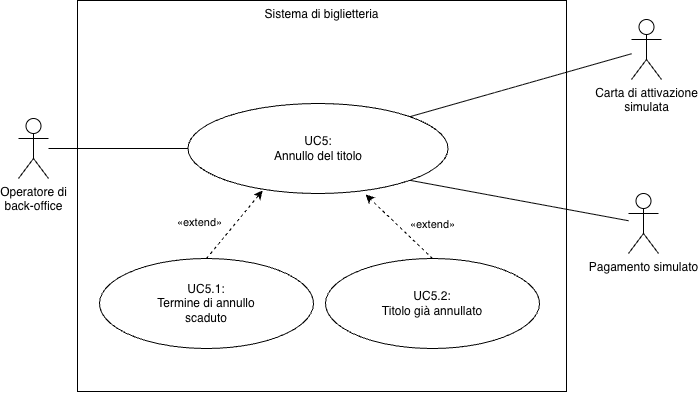
The draw.io diagram img/diagrams/uc-5.png in Leddosja/thesis-EdisHodja, before a commit. Source tidied: cells renumbered, new cells last; positions are measured from the earlier drawing's top-left corner, leaving out a move shared by most shapes.
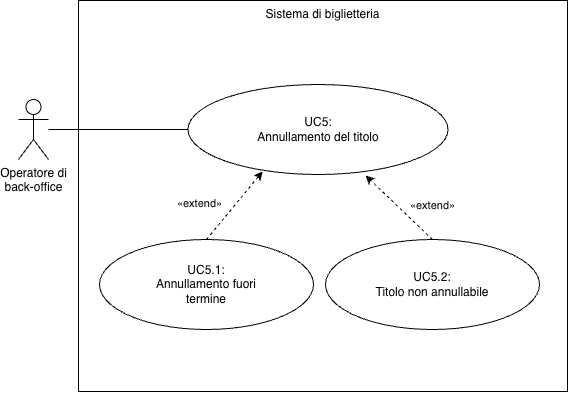
Later version of the same file.

The edit, as a diff of the source:
```diff
@@ -3,9 +3,9 @@
     <mxCell id="0" />
     <mxCell id="1" parent="0" />
     <mxCell id="2" value="Sistema di biglietteria" style="rounded=0;whiteSpace=wrap;html=1;fillColor=default;verticalAlign=top;" parent="1" vertex="1">
-      <mxGeometry x="59" width="489" height="391" as="geometry" />
+      <mxGeometry x="60" y="19" width="489" height="391" as="geometry" />
     </mxCell>
-    <mxCell id="3" value="UC5:&lt;br&gt;Annullo del titolo" style="ellipse;whiteSpace=wrap;html=1;rounded=0;strokeColor=default;align=center;verticalAlign=middle;fontFamily=Helvetica;fontSize=12;fontColor=default;fillColor=default;" parent="1" vertex="1">
+    <mxCell id="3" value="UC5:&lt;br&gt;Annullamento del titolo" style="ellipse;whiteSpace=wrap;html=1;rounded=0;strokeColor=default;align=center;verticalAlign=middle;fontFamily=Helvetica;fontSize=12;fontColor=default;fillColor=default;" parent="1" vertex="1">
       <mxGeometry x="169.5" y="103" width="260" height="90" as="geometry" />
     </mxCell>
     <mxCell id="4" style="edgeStyle=none;html=1;entryX=0;entryY=0.5;entryDx=0;entryDy=0;endArrow=none;endFill=0;" parent="1" edge="1" source="5" target="3">
@@ -14,22 +14,10 @@
     <mxCell id="5" value="Operatore di&lt;br&gt;back-office" style="shape=umlActor;verticalLabelPosition=bottom;verticalAlign=top;html=1;rounded=0;strokeColor=default;align=center;fontFamily=Helvetica;fontSize=12;fontColor=default;fillColor=default;" parent="1" vertex="1">
       <mxGeometry y="118" width="30" height="60" as="geometry" />
     </mxCell>
-    <mxCell id="6" style="edgeStyle=none;html=1;entryX=1;entryY=0;entryDx=0;entryDy=0;endArrow=none;endFill=0;verticalAlign=middle;" parent="1" edge="1" source="7" target="3">
-      <mxGeometry relative="1" as="geometry" />
-    </mxCell>
-    <mxCell id="7" value="Carta di attivazione&lt;br&gt;simulata" style="shape=umlActor;verticalLabelPosition=bottom;verticalAlign=top;html=1;rounded=0;strokeColor=default;align=center;fontFamily=Helvetica;fontSize=12;fontColor=default;fillColor=default;" parent="1" vertex="1">
-      <mxGeometry x="613" y="19" width="30" height="60" as="geometry" />
-    </mxCell>
-    <mxCell id="8" style="edgeStyle=none;html=1;entryX=1;entryY=1;entryDx=0;entryDy=0;endArrow=none;endFill=0;" parent="1" edge="1" source="9" target="3">
-      <mxGeometry relative="1" as="geometry" />
-    </mxCell>
-    <mxCell id="9" value="Pagamento simulato" style="shape=umlActor;verticalLabelPosition=bottom;verticalAlign=top;html=1;rounded=0;strokeColor=default;align=center;fontFamily=Helvetica;fontSize=12;fontColor=default;fillColor=default;" parent="1" vertex="1">
-      <mxGeometry x="610" y="193" width="30" height="60" as="geometry" />
-    </mxCell>
-    <mxCell id="10" value="UC5.1:&lt;div&gt;Termine di annullo&lt;br&gt;scaduto&lt;/div&gt;" style="ellipse;whiteSpace=wrap;html=1;rounded=0;strokeColor=default;align=center;verticalAlign=middle;fontFamily=Helvetica;fontSize=12;fontColor=default;fillColor=default;" parent="1" vertex="1">
+    <mxCell id="10" value="UC5.1:&lt;br&gt;Annullamento fuori&lt;br&gt;termine" style="ellipse;whiteSpace=wrap;html=1;rounded=0;strokeColor=default;align=center;verticalAlign=middle;fontFamily=Helvetica;fontSize=12;fontColor=default;fillColor=default;" parent="1" vertex="1">
       <mxGeometry x="81" y="258" width="214" height="90" as="geometry" />
     </mxCell>
-    <mxCell id="11" value="UC5.2:&lt;br&gt;Titolo già annullato" style="ellipse;whiteSpace=wrap;html=1;rounded=0;strokeColor=default;align=center;verticalAlign=middle;fontFamily=Helvetica;fontSize=12;fontColor=default;fillColor=default;" parent="1" vertex="1">
+    <mxCell id="11" value="UC5.2:&lt;br&gt;Titolo non annullabile" style="ellipse;whiteSpace=wrap;html=1;rounded=0;strokeColor=default;align=center;verticalAlign=middle;fontFamily=Helvetica;fontSize=12;fontColor=default;fillColor=default;" parent="1" vertex="1">
       <mxGeometry x="307" y="258" width="214" height="90" as="geometry" />
     </mxCell>
     <mxCell id="12" style="edgeStyle=none;html=1;dashed=1;entryX=0.287;entryY=0.967;entryDx=0;entryDy=0;exitX=0.5;exitY=0;exitDx=0;exitDy=0;entryPerimeter=0;" parent="1" edge="1" source="10" target="3">
```
